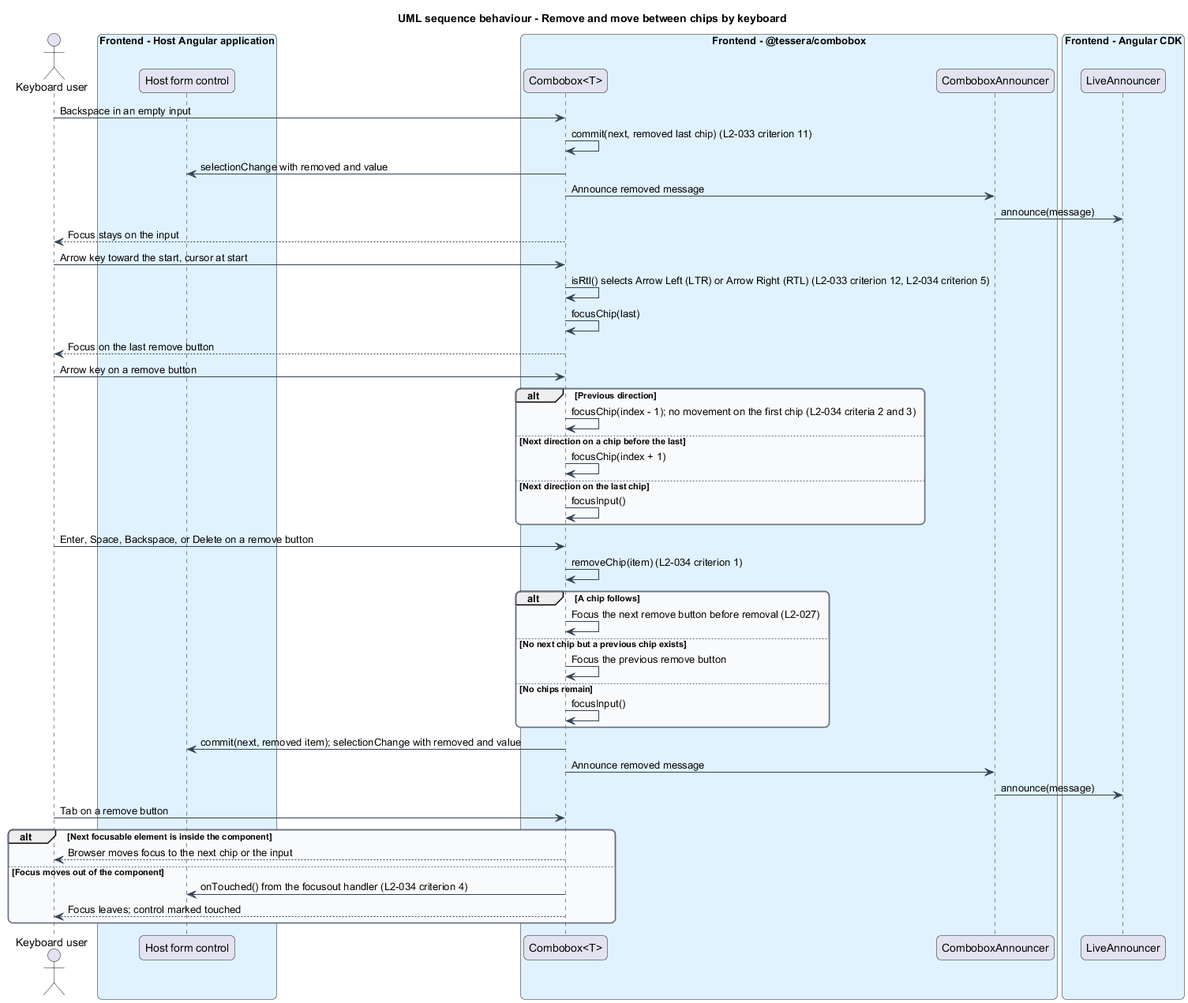
This is docs/detailed-designs/combobox/operate-by-keyboard/diagrams/sequence-navigate-chips.png from QuinntyneBrown/Tessera, a PlantUML export, as it was before one commit. The source it was exported from:
```plantuml
@startuml
title UML sequence behaviour - Remove and move between chips by keyboard
skinparam backgroundColor #FFFFFF
skinparam shadowing false
skinparam roundcorner 12
skinparam defaultFontName Arial
skinparam ArrowColor #344054
skinparam rectangle {
  BorderColor #344054
  FontColor #101828
}
skinparam package {
  BorderColor #667085
  FontColor #101828
  BackgroundColor #F9FAFB
}
actor "Keyboard user" as user
box "Frontend - Host Angular application" #E0F2FE
  participant "Host form control" as host
end box
box "Frontend - @tessera/combobox" #E0F2FE
  participant "Combobox<T>" as combobox
  participant "ComboboxAnnouncer" as announcer
end box
box "Frontend - Angular CDK" #E0F2FE
  participant "LiveAnnouncer" as live
end box

user -> combobox : Backspace in an empty input
combobox -> combobox : commit(next, removed last chip) (L2-033 criterion 11)
combobox -> host : selectionChange with removed and value
combobox -> announcer : Announce removed message
announcer -> live : announce(message)
combobox --> user : Focus stays on the input

user -> combobox : Arrow key toward the start, cursor at start
combobox -> combobox : isRtl() selects Arrow Left (LTR) or Arrow Right (RTL) (L2-033 criterion 12, L2-034 criterion 5)
combobox -> combobox : focusChip(last)
combobox --> user : Focus on the last remove button

user -> combobox : Arrow key on a remove button
alt Previous direction
  combobox -> combobox : focusChip(index - 1); no movement on the first chip (L2-034 criteria 2 and 3)
else Next direction on a chip before the last
  combobox -> combobox : focusChip(index + 1)
else Next direction on the last chip
  combobox -> combobox : focusInput()
end

user -> combobox : Enter, Space, Backspace, or Delete on a remove button
combobox -> combobox : removeChip(item) (L2-034 criterion 1)
alt A chip follows
  combobox -> combobox : Focus the next remove button before removal (L2-027)
else No next chip but a previous chip exists
  combobox -> combobox : Focus the previous remove button
else No chips remain
  combobox -> combobox : focusInput()
end
combobox -> host : commit(next, removed item); selectionChange with removed and value
combobox -> announcer : Announce removed message
announcer -> live : announce(message)

user -> combobox : Tab on a remove button
alt Next focusable element is inside the component
  combobox --> user : Browser moves focus to the next chip or the input
else Focus moves out of the component
  combobox -> host : onTouched() from the focusout handler (L2-034 criterion 4)
  combobox --> user : Focus leaves; control marked touched
end
@enduml
```
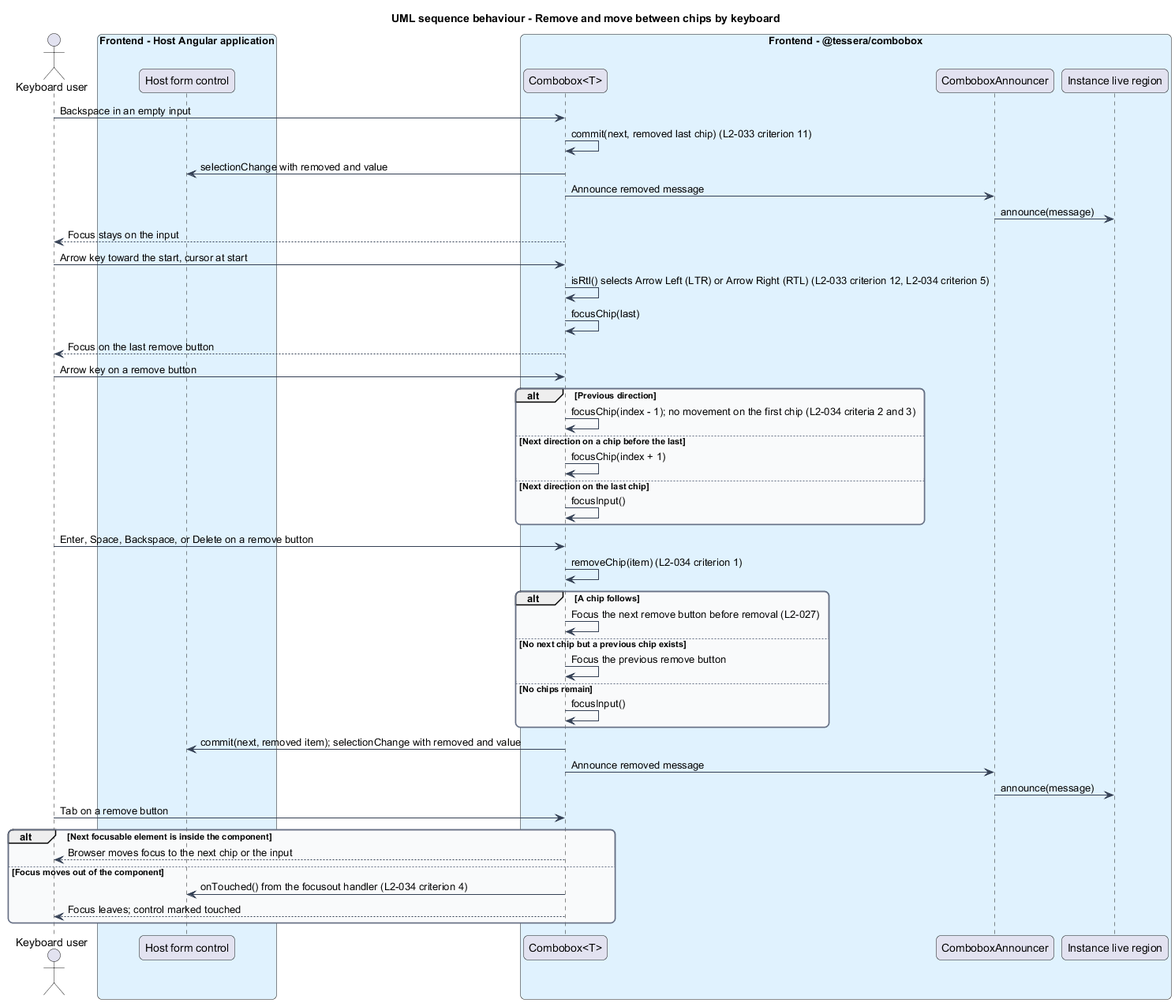
The same file after the commit.

Diff of the diagram source:
```diff
@@ -21,9 +21,7 @@
 box "Frontend - @tessera/combobox" #E0F2FE
   participant "Combobox<T>" as combobox
   participant "ComboboxAnnouncer" as announcer
-end box
-box "Frontend - Angular CDK" #E0F2FE
-  participant "LiveAnnouncer" as live
+  participant "Instance live region" as live
 end box
 
 user -> combobox : Backspace in an empty input
```
